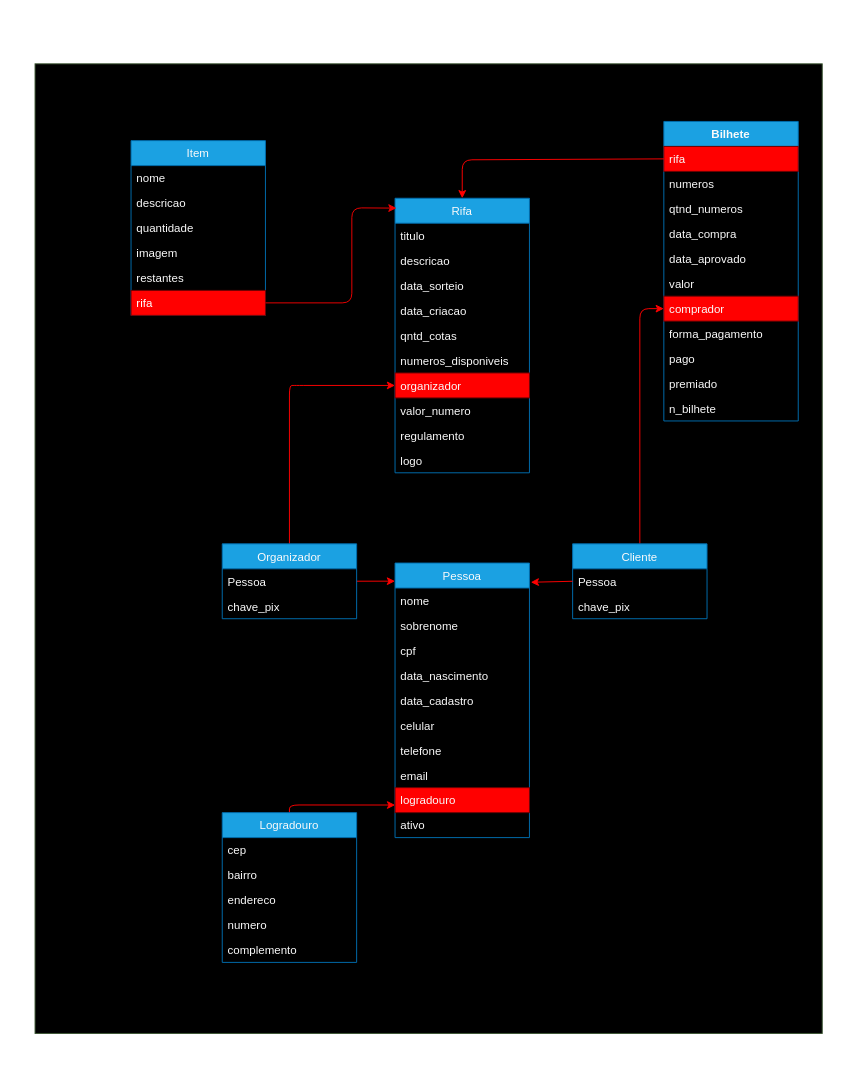
Juzeka/Rifaae keeps this draw.io diagram as page "relacionamento_db" (1 of 2) of relacionamento.drawio. Above is the earlier version. Source tidied: cells renumbered, new cells numbered last; positions are measured from the earlier drawing's top-left corner, leaving out a move shared by most shapes. Both pictures are drawn from the tidied source at 96%, with x=0, y=0 at pixel (35, 63).
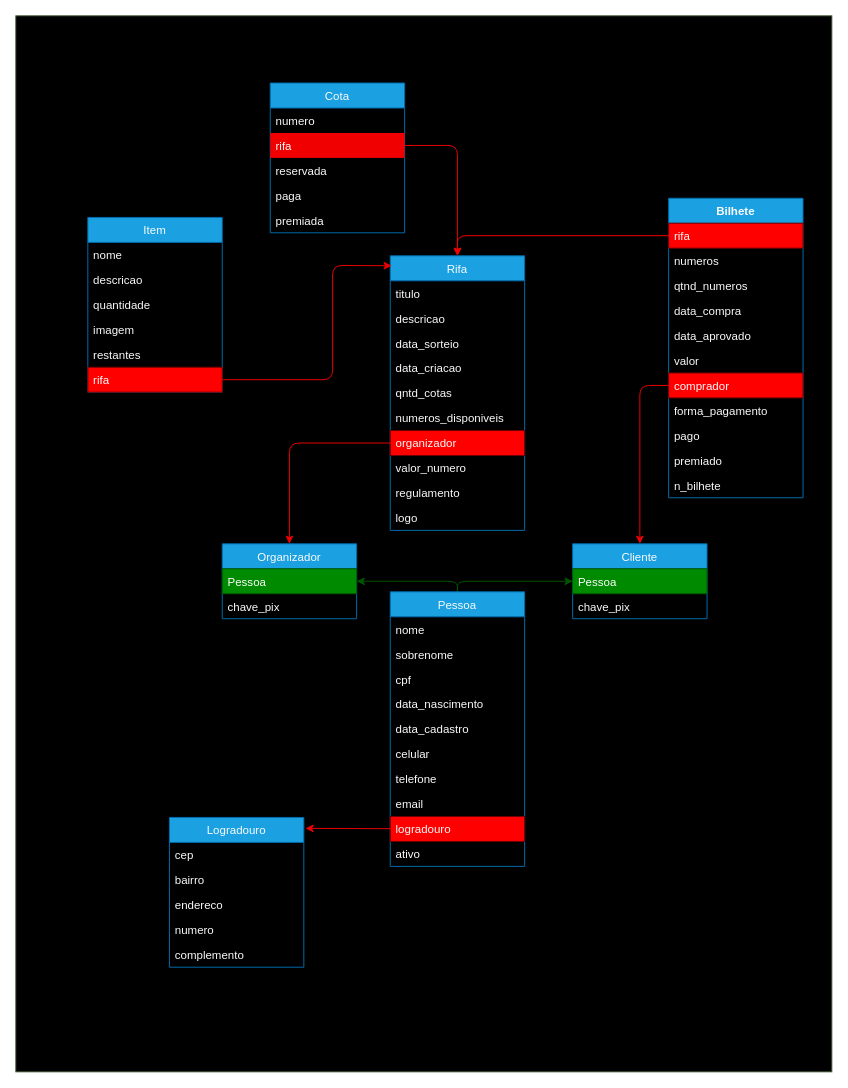
After the change.

Commit message:
ajustand relacionamento

Unchanged cells that the change refers to:
```xml
<mxCell id="4" value="rifa" style="text;strokeColor=#6F0000;fillColor=#FF0000;align=left;verticalAlign=top;spacingLeft=4;spacingRight=4;overflow=hidden;points=[[0,0.5],[1,0.5]];portConstraint=eastwest;fontColor=#FAFAFA;" parent="3" vertex="1">
  <mxGeometry y="26" width="140" height="26" as="geometry" />
</mxCell>
<mxCell id="10" value="comprador" style="text;strokeColor=#6F0000;fillColor=#FF0000;align=left;verticalAlign=top;spacingLeft=4;spacingRight=4;overflow=hidden;points=[[0,0.5],[1,0.5]];portConstraint=eastwest;fontColor=#FAFAFA;" parent="3" vertex="1">
  <mxGeometry y="182" width="140" height="26" as="geometry" />
</mxCell>
<mxCell id="21" value="rifa" style="text;strokeColor=#6F0000;fillColor=#FF0000;align=left;verticalAlign=top;spacingLeft=4;spacingRight=4;overflow=hidden;points=[[0,0.5],[1,0.5]];portConstraint=eastwest;fontColor=#ffffff;" parent="15" vertex="1">
  <mxGeometry y="156" width="140" height="26" as="geometry" />
</mxCell>
<mxCell id="30" value="organizador" style="text;strokeColor=#6F0000;fillColor=#FF0000;align=left;verticalAlign=top;spacingLeft=4;spacingRight=4;overflow=hidden;points=[[0,0.5],[1,0.5]];portConstraint=eastwest;fontColor=#FAFAFA;" parent="22" vertex="1">
  <mxGeometry y="182" width="140" height="26" as="geometry" />
</mxCell>
<mxCell id="43" value="logradouro" style="text;strokeColor=#6F0000;fillColor=#FF0000;align=left;verticalAlign=top;spacingLeft=4;spacingRight=4;overflow=hidden;points=[[0,0.5],[1,0.5]];portConstraint=eastwest;fontColor=#FAFAFA;" parent="34" vertex="1">
  <mxGeometry y="234" width="140" height="26" as="geometry" />
</mxCell>
<mxCell id="53" value="Cliente" style="swimlane;fontStyle=0;horizontal=1;startSize=26;fillColor=#1ba1e2;fontColor=#FAFAFA;strokeColor=#006EAF;" parent="1" vertex="1">
  <mxGeometry x="560" y="500" width="140" height="78" as="geometry" />
</mxCell>
<mxCell id="58" value="Organizador" style="swimlane;fontStyle=0;horizontal=1;startSize=26;fillColor=#1ba1e2;fontColor=#FAFAFA;strokeColor=#006EAF;" parent="1" vertex="1">
  <mxGeometry x="195" y="500" width="140" height="78" as="geometry" />
</mxCell>
```

Change to the diagram source:
```diff
@@
     <mxCell id="2" style="rounded=0;whiteSpace=wrap;html=1;fillColor=#000000;fontColor=#ffffff;strokeColor=#3A5431;" parent="1" vertex="1">
-      <mxGeometry width="820" height="1010" as="geometry" />
+      <mxGeometry x="-20" y="-50" width="850" height="1100" as="geometry" />
     </mxCell>
     <mxCell id="3" value="Bilhete" style="swimlane;fontStyle=1;horizontal=1;startSize=26;fillColor=#1ba1e2;fontColor=#FAFAFA;strokeColor=#006EAF;" parent="1" vertex="1">
-      <mxGeometry x="655" y="60" width="140" height="312" as="geometry" />
+      <mxGeometry x="660" y="140" width="140" height="312" as="geometry" />
     </mxCell>
@@
     <mxCell id="15" value="Item" style="swimlane;fontStyle=0;horizontal=1;startSize=26;fillColor=#1ba1e2;fontColor=#FAFAFA;strokeColor=#006EAF;" parent="1" vertex="1">
-      <mxGeometry x="100" y="80" width="140" height="182" as="geometry" />
+      <mxGeometry x="55" y="160" width="140" height="182" as="geometry" />
     </mxCell>
@@
     <mxCell id="22" value="Rifa" style="swimlane;fontStyle=0;horizontal=1;startSize=26;fillColor=#1ba1e2;fontColor=#FAFAFA;strokeColor=#006EAF;" parent="1" vertex="1">
-      <mxGeometry x="375" y="140" width="140" height="286" as="geometry" />
+      <mxGeometry x="370" y="200" width="140" height="286" as="geometry" />
     </mxCell>
@@
+    <mxCell id="64" style="edgeStyle=none;html=1;entryX=0;entryY=0.5;entryDx=0;entryDy=0;strokeColor=#005700;exitX=0.5;exitY=0;exitDx=0;exitDy=0;fillColor=#008a00;" parent="1" edge="1" source="34" target="54">
+      <mxGeometry relative="1" as="geometry">
+        <Array as="points">
+          <mxPoint x="440" y="539" />
+        </Array>
+      </mxGeometry>
+    </mxCell>
+    <mxCell id="65" style="edgeStyle=none;html=1;exitX=0.5;exitY=0;exitDx=0;exitDy=0;entryX=1;entryY=0.5;entryDx=0;entryDy=0;strokeColor=#005700;fillColor=#008a00;" parent="1" edge="1" source="34" target="59">
+      <mxGeometry relative="1" as="geometry">
+        <Array as="points">
+          <mxPoint x="440" y="539" />
+        </Array>
+      </mxGeometry>
+    </mxCell>
     <mxCell id="34" value="Pessoa" style="swimlane;fontStyle=0;horizontal=1;startSize=26;fillColor=#1ba1e2;fontColor=#FAFAFA;strokeColor=#006EAF;" parent="1" vertex="1">
-      <mxGeometry x="375" y="520" width="140" height="286" as="geometry" />
+      <mxGeometry x="370" y="550" width="140" height="286" as="geometry" />
     </mxCell>
@@
-    <mxCell id="45" style="edgeStyle=none;html=1;exitX=0.5;exitY=0;exitDx=0;exitDy=0;entryX=0.001;entryY=0.695;entryDx=0;entryDy=0;entryPerimeter=0;fillColor=#a20025;strokeColor=#FF0000;fontColor=#FAFAFA;" parent="1" edge="1" source="46" target="43">
-      <mxGeometry relative="1" as="geometry">
-        <Array as="points">
-          <mxPoint x="265" y="772" />
-        </Array>
-      </mxGeometry>
-    </mxCell>
     <mxCell id="46" value="Logradouro" style="swimlane;fontStyle=0;horizontal=1;startSize=26;fillColor=#1ba1e2;strokeColor=#006EAF;fontColor=#FAFAFA;" parent="1" vertex="1">
-      <mxGeometry x="195" y="780" width="140" height="156" as="geometry" />
+      <mxGeometry x="140" y="785" width="140" height="156" as="geometry" />
     </mxCell>
@@
-    <mxCell id="52" style="edgeStyle=none;html=1;exitX=0.5;exitY=0;exitDx=0;exitDy=0;entryX=0;entryY=0.5;entryDx=0;entryDy=0;fillColor=#a20025;strokeColor=#FF0000;fontColor=#FAFAFA;" parent="1" edge="1" source="53" target="10">
-      <mxGeometry relative="1" as="geometry">
-        <Array as="points">
-          <mxPoint x="630" y="255" />
-        </Array>
-      </mxGeometry>
-    </mxCell>
@@
-    <mxCell id="54" value="Pessoa" style="text;strokeColor=none;fillColor=none;align=left;verticalAlign=top;spacingLeft=4;spacingRight=4;overflow=hidden;points=[[0,0.5],[1,0.5]];portConstraint=eastwest;fontColor=#FAFAFA;" parent="53" vertex="1">
+    <mxCell id="54" value="Pessoa" style="text;strokeColor=#005700;fillColor=#008a00;align=left;verticalAlign=top;spacingLeft=4;spacingRight=4;overflow=hidden;points=[[0,0.5],[1,0.5]];portConstraint=eastwest;fontColor=#ffffff;" parent="53" vertex="1">
       <mxGeometry y="26" width="140" height="26" as="geometry" />
     </mxCell>
@@
-    <mxCell id="56" style="edgeStyle=none;html=1;entryX=0;entryY=0.066;entryDx=0;entryDy=0;entryPerimeter=0;fillColor=#a20025;strokeColor=#FF0000;fontColor=#FAFAFA;" parent="1" edge="1" source="58" target="34">
-      <mxGeometry relative="1" as="geometry" />
-    </mxCell>
-    <mxCell id="57" style="edgeStyle=none;html=1;exitX=0.5;exitY=0;exitDx=0;exitDy=0;entryX=0;entryY=0.5;entryDx=0;entryDy=0;fillColor=#a20025;strokeColor=#FF0000;fontColor=#FAFAFA;" parent="1" edge="1" source="58" target="30">
-      <mxGeometry relative="1" as="geometry">
-        <Array as="points">
-          <mxPoint x="265" y="335" />
-          <mxPoint x="270" y="335" />
-        </Array>
-      </mxGeometry>
-    </mxCell>
@@
-    <mxCell id="59" value="Pessoa" style="text;strokeColor=none;fillColor=none;align=left;verticalAlign=top;spacingLeft=4;spacingRight=4;overflow=hidden;points=[[0,0.5],[1,0.5]];portConstraint=eastwest;fontColor=#FAFAFA;" parent="58" vertex="1">
+    <mxCell id="59" value="Pessoa" style="text;strokeColor=#005700;fillColor=#008a00;align=left;verticalAlign=top;spacingLeft=4;spacingRight=4;overflow=hidden;points=[[0,0.5],[1,0.5]];portConstraint=eastwest;fontColor=#ffffff;" parent="58" vertex="1">
       <mxGeometry y="26" width="140" height="26" as="geometry" />
     </mxCell>
@@
     <mxCell id="61" style="edgeStyle=none;html=1;exitX=0;exitY=0.5;exitDx=0;exitDy=0;entryX=0.5;entryY=0;entryDx=0;entryDy=0;fillColor=#a20025;strokeColor=#FF0000;fontColor=#FAFAFA;" parent="1" edge="1" source="4" target="22">
       <mxGeometry relative="1" as="geometry">
         <Array as="points">
-          <mxPoint x="445" y="100" />
+          <mxPoint x="440" y="179" />
         </Array>
       </mxGeometry>
     </mxCell>
-    <mxCell id="62" style="edgeStyle=none;html=1;exitX=0;exitY=0.5;exitDx=0;exitDy=0;entryX=1.01;entryY=0.07;entryDx=0;entryDy=0;entryPerimeter=0;fillColor=#a20025;strokeColor=#FF0000;fontColor=#FAFAFA;" parent="1" edge="1" source="54" target="34">
-      <mxGeometry relative="1" as="geometry" />
-    </mxCell>
     <mxCell id="63" style="edgeStyle=none;html=1;entryX=0.011;entryY=0.036;entryDx=0;entryDy=0;entryPerimeter=0;strokeColor=#F00000;" parent="1" edge="1" source="21" target="22">
       <mxGeometry relative="1" as="geometry">
         <Array as="points">
-          <mxPoint x="330" y="249" />
-          <mxPoint x="330" y="150" />
+          <mxPoint x="310" y="329" />
+          <mxPoint x="310" y="210" />
         </Array>
       </mxGeometry>
     </mxCell>
+    <mxCell id="66" value="Cota" style="swimlane;fontStyle=0;horizontal=1;startSize=26;fillColor=#1ba1e2;fontColor=#FAFAFA;strokeColor=#006EAF;" parent="1" vertex="1">
+      <mxGeometry x="245" y="20" width="140" height="156" as="geometry" />
+    </mxCell>
+    <mxCell id="67" value="numero" style="text;strokeColor=none;fillColor=none;align=left;verticalAlign=top;spacingLeft=4;spacingRight=4;overflow=hidden;fontColor=#FAFAFA;" parent="66" vertex="1">
+      <mxGeometry y="26" width="140" height="26" as="geometry" />
+    </mxCell>
+    <mxCell id="68" value="rifa" style="text;strokeColor=none;fillColor=#F00000;align=left;verticalAlign=top;spacingLeft=4;spacingRight=4;overflow=hidden;points=[[0,0.5],[1,0.5]];portConstraint=eastwest;fontColor=#FAFAFA;" parent="66" vertex="1">
+      <mxGeometry y="52" width="140" height="26" as="geometry" />
+    </mxCell>
+    <mxCell id="69" value="reservada" style="text;strokeColor=none;fillColor=none;align=left;verticalAlign=top;spacingLeft=4;spacingRight=4;overflow=hidden;fontColor=#FAFAFA;" parent="66" vertex="1">
+      <mxGeometry y="78" width="140" height="26" as="geometry" />
+    </mxCell>
+    <mxCell id="70" value="paga" style="text;strokeColor=none;fillColor=none;align=left;verticalAlign=top;spacingLeft=4;spacingRight=4;overflow=hidden;fontColor=#FAFAFA;" parent="66" vertex="1">
+      <mxGeometry y="104" width="140" height="26" as="geometry" />
+    </mxCell>
+    <mxCell id="71" value="premiada" style="text;strokeColor=none;fillColor=none;align=left;verticalAlign=top;spacingLeft=4;spacingRight=4;overflow=hidden;fontColor=#FAFAFA;" parent="66" vertex="1">
+      <mxGeometry y="130" width="140" height="26" as="geometry" />
+    </mxCell>
+    <mxCell id="72" style="edgeStyle=none;html=1;entryX=0.5;entryY=0;entryDx=0;entryDy=0;strokeColor=#F00000;" parent="1" edge="1" source="68" target="22">
+      <mxGeometry relative="1" as="geometry">
+        <Array as="points">
+          <mxPoint x="440" y="85" />
+        </Array>
+      </mxGeometry>
+    </mxCell>
+    <mxCell id="73" style="edgeStyle=none;html=1;exitX=0;exitY=0.5;exitDx=0;exitDy=0;entryX=0.5;entryY=0;entryDx=0;entryDy=0;strokeColor=#F00000;" parent="1" edge="1" source="30" target="58">
+      <mxGeometry relative="1" as="geometry">
+        <Array as="points">
+          <mxPoint x="265" y="395" />
+        </Array>
+      </mxGeometry>
+    </mxCell>
+    <mxCell id="74" style="edgeStyle=none;html=1;exitX=0;exitY=0.5;exitDx=0;exitDy=0;strokeColor=#F00000;" parent="1" edge="1" source="10" target="53">
+      <mxGeometry relative="1" as="geometry">
+        <Array as="points">
+          <mxPoint x="630" y="335" />
+        </Array>
+      </mxGeometry>
+    </mxCell>
+    <mxCell id="75" style="edgeStyle=none;html=1;entryX=1.012;entryY=0.073;entryDx=0;entryDy=0;entryPerimeter=0;strokeColor=#F00000;" parent="1" edge="1" source="43" target="46">
+      <mxGeometry relative="1" as="geometry" />
+    </mxCell>
```
